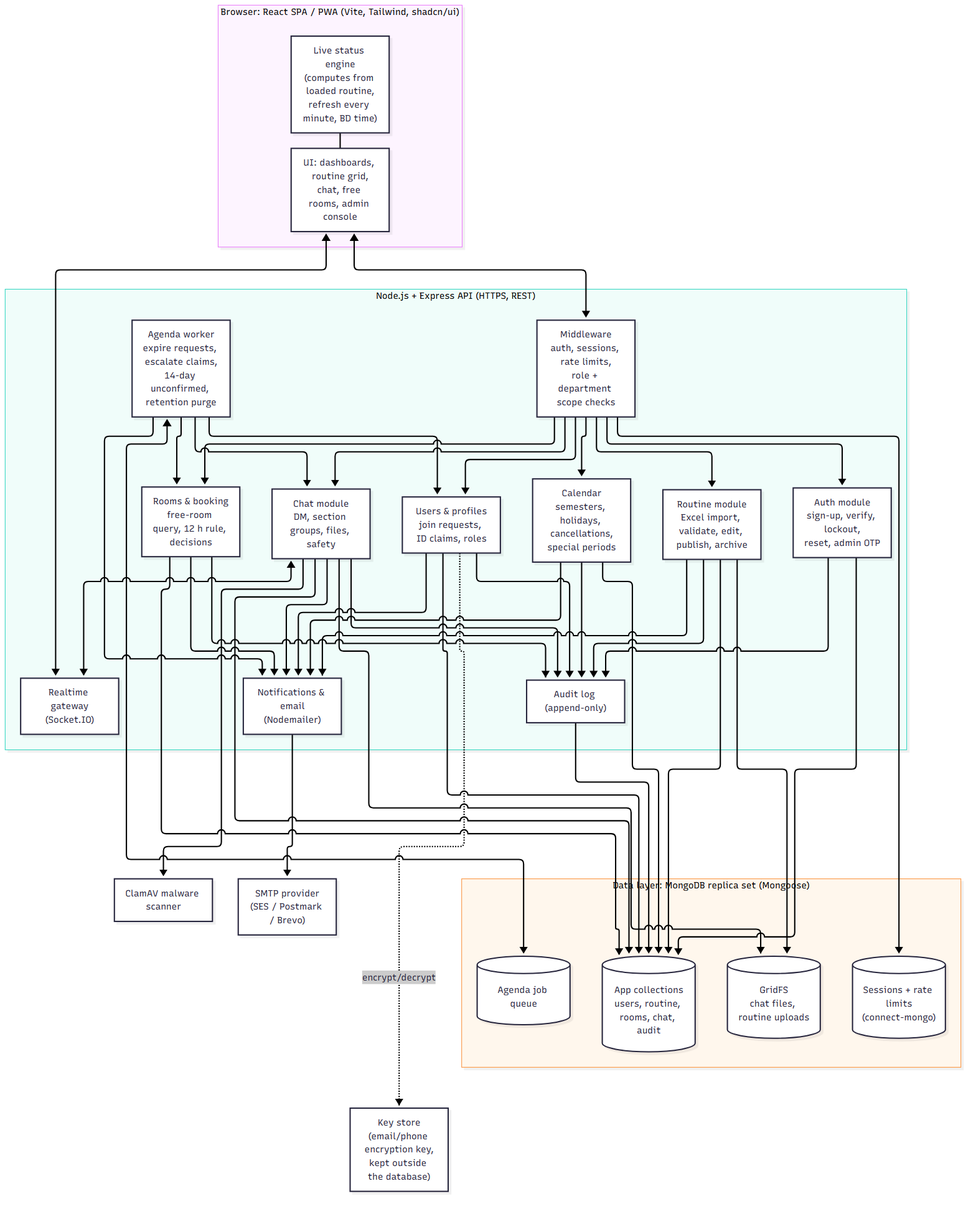
The Mermaid diagram DOCUMENTS/png/04-architecture.png in chinmoy567/Class-and-Routin-Management-Web-App, before a commit. Its source is kept beside it as DOCUMENTS/src/04-architecture.mmd.
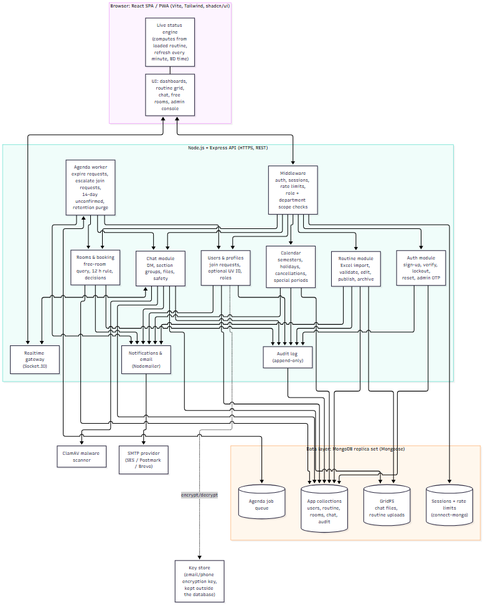
After the commit.

Change to the diagram source:
```diff
@@ -7,14 +7,14 @@
   subgraph Server["Node.js + Express API (HTTPS, REST)"]
     GW["Middleware<br/>auth, sessions, rate limits,<br/>role + department scope checks"]
     Auth["Auth module<br/>sign-up, verify, lockout,<br/>reset, admin OTP"]
-    Users["Users & profiles<br/>join requests, ID claims, roles"]
+    Users["Users & profiles<br/>join requests, optional UV ID, roles"]
     Rout["Routine module<br/>Excel import, validate, edit, publish, archive"]
     Room["Rooms & booking<br/>free-room query, 12 h rule, decisions"]
     Cal["Calendar<br/>semesters, holidays, cancellations,<br/>special periods"]
     Chat["Chat module<br/>DM, section groups, files, safety"]
     Notif["Notifications & email<br/>(Nodemailer)"]
     Audit["Audit log (append-only)"]
-    Jobs["Agenda worker<br/>expire requests, escalate claims,<br/>14-day unconfirmed, retention purge"]
+    Jobs["Agenda worker<br/>expire requests, escalate join requests,<br/>14-day unconfirmed, retention purge"]
     RT["Realtime gateway<br/>(Socket.IO)"]
   end
 
```
